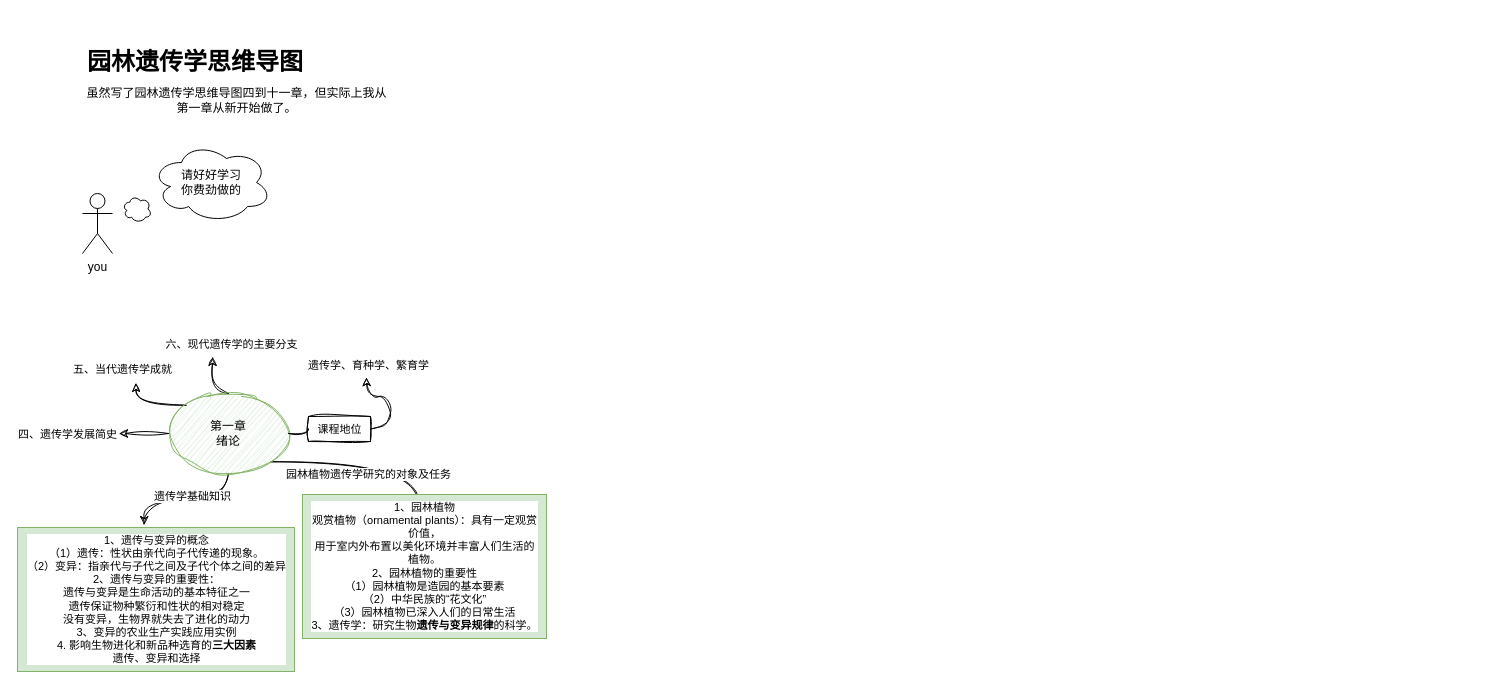
This is 园林遗传学思维导图四至十一章.drawio from Silly449/MarkDowns, a draw.io file, before an edit. Source tidied: cells renumbered, new cells numbered last; positions are measured from the earlier drawing's top-left corner, leaving out a move shared by most shapes. Both pictures are drawn from the tidied source at 100%, with x=0, y=0 at pixel (17, 38).
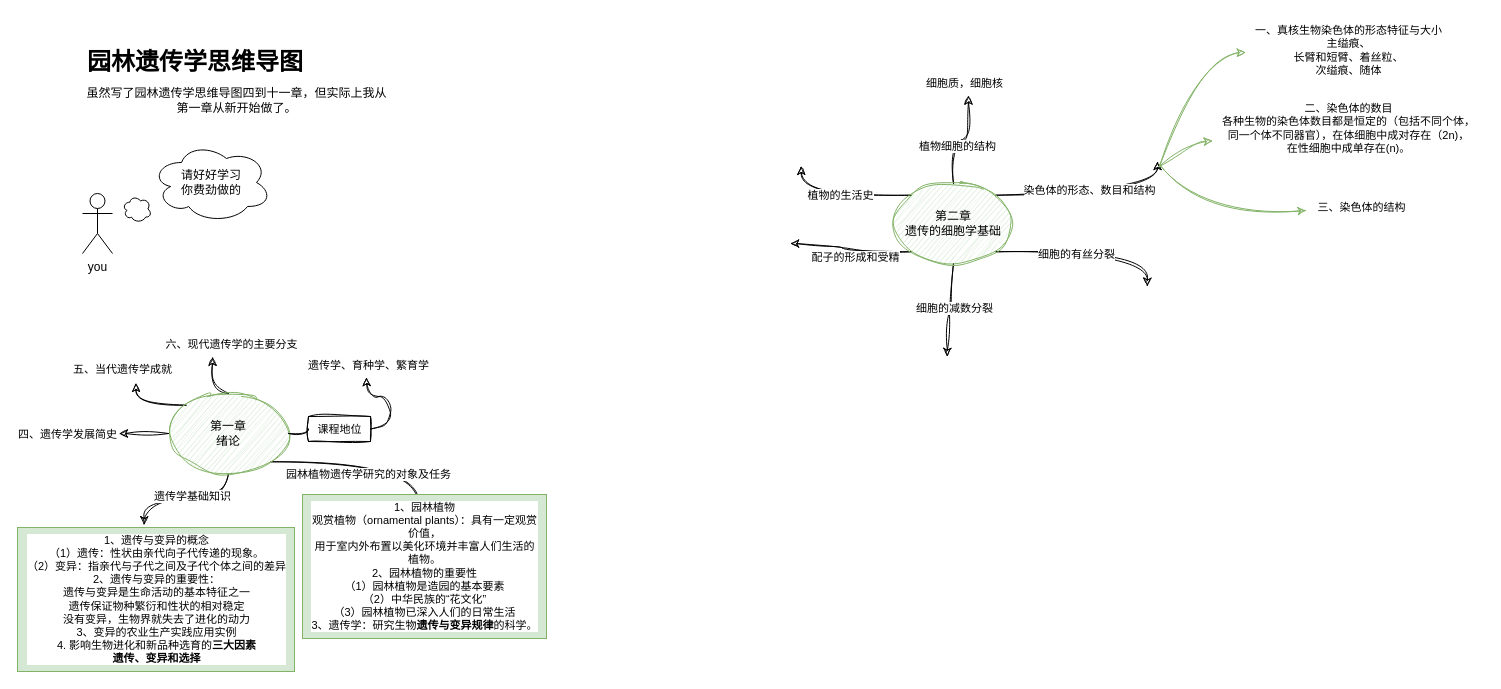
Above is the later version.

Commit message:
更新园林遗传学思维导图四至十一章.drawio

What changed in the source:
```diff
@@
-    <mxCell id="21" value="1、遗传与变异的概念&lt;div&gt;（1）遗传：性状由亲代向子代传递的现象。&lt;/div&gt;&lt;div&gt;（2）变异：指亲代与子代之间及子代个体之间的差异&lt;/div&gt;&lt;div&gt;2、遗传与变异的重要性：&lt;/div&gt;&lt;div&gt;遗传与变异是生命活动的基本特征之一&lt;br&gt;遗传保证物种繁衍和性状的相对稳定&lt;br&gt;没有变异，生物界就失去了进化的动力&lt;/div&gt;&lt;div&gt;3、变异的农业生产实践应用实例&lt;/div&gt;&lt;div&gt;4. 影响生物进化和新品种选育的&lt;b&gt;三大因素&lt;/b&gt;&lt;/div&gt;&lt;div&gt;遗传、变异和选择&lt;/div&gt;" style="text;html=1;align=center;verticalAlign=middle;strokeColor=#82b366;fillColor=#d5e8d4;fontFamily=Helvetica;fontSize=11;labelBackgroundColor=default;" parent="1" vertex="1">
+    <mxCell id="21" value="1、遗传与变异的概念&lt;div&gt;（1）遗传：性状由亲代向子代传递的现象。&lt;/div&gt;&lt;div&gt;（2）变异：指亲代与子代之间及子代个体之间的差异&lt;/div&gt;&lt;div&gt;2、遗传与变异的重要性：&lt;/div&gt;&lt;div&gt;遗传与变异是生命活动的基本特征之一&lt;br&gt;遗传保证物种繁衍和性状的相对稳定&lt;br&gt;没有变异，生物界就失去了进化的动力&lt;/div&gt;&lt;div&gt;3、变异的农业生产实践应用实例&lt;/div&gt;&lt;div&gt;4. 影响生物进化和新品种选育的&lt;b&gt;三大因素&lt;/b&gt;&lt;/div&gt;&lt;div&gt;&lt;b&gt;遗传、变异和选择&lt;/b&gt;&lt;/div&gt;" style="text;html=1;align=center;verticalAlign=middle;strokeColor=#82b366;fillColor=#d5e8d4;fontFamily=Helvetica;fontSize=11;labelBackgroundColor=default;" parent="1" vertex="1">
       <mxGeometry y="489" width="277" height="144" as="geometry" />
     </mxCell>
@@
+    <mxCell id="24" style="edgeStyle=orthogonalEdgeStyle;shape=connector;curved=1;rounded=0;sketch=1;jiggle=2;curveFitting=1;jettySize=auto;html=1;exitX=0.5;exitY=0;exitDx=0;exitDy=0;strokeColor=default;strokeWidth=1;align=center;verticalAlign=middle;fontFamily=Helvetica;fontSize=11;fontColor=default;labelBackgroundColor=default;endArrow=classic;flowAnimation=0;" parent="1" edge="1" source="36">
+      <mxGeometry relative="1" as="geometry">
+        <mxPoint x="950.9" y="57.4" as="targetPoint" />
+      </mxGeometry>
+    </mxCell>
+    <mxCell id="25" value="植物细胞的结构" style="edgeLabel;html=1;align=center;verticalAlign=middle;fontFamily=Helvetica;fontSize=11;fontColor=default;labelBackgroundColor=default;" parent="24" vertex="1">
+      <mxGeometry x="-0.27" y="-3" relative="1" as="geometry" />
+    </mxCell>
+    <mxCell id="26" style="edgeStyle=orthogonalEdgeStyle;shape=connector;curved=1;rounded=0;sketch=1;jiggle=2;curveFitting=1;jettySize=auto;html=1;exitX=1;exitY=0;exitDx=0;exitDy=0;strokeColor=default;strokeWidth=1;align=center;verticalAlign=middle;fontFamily=Helvetica;fontSize=11;fontColor=default;labelBackgroundColor=default;endArrow=classic;flowAnimation=0;" parent="1" edge="1" source="36">
+      <mxGeometry relative="1" as="geometry">
+        <mxPoint x="1140" y="123" as="targetPoint" />
+      </mxGeometry>
+    </mxCell>
+    <mxCell id="27" value="染色体的形态、数目和结构" style="edgeLabel;html=1;align=center;verticalAlign=middle;fontFamily=Helvetica;fontSize=11;fontColor=default;labelBackgroundColor=default;" parent="26" vertex="1">
+      <mxGeometry x="-0.22" relative="1" as="geometry">
+        <mxPoint x="17" y="-5" as="offset" />
+      </mxGeometry>
+    </mxCell>
+    <mxCell id="28" style="edgeStyle=orthogonalEdgeStyle;shape=connector;curved=1;rounded=0;sketch=1;jiggle=2;curveFitting=1;jettySize=auto;html=1;exitX=1;exitY=1;exitDx=0;exitDy=0;strokeColor=default;strokeWidth=1;align=center;verticalAlign=middle;fontFamily=Helvetica;fontSize=11;fontColor=default;labelBackgroundColor=default;endArrow=classic;flowAnimation=0;" parent="1" edge="1" source="36">
+      <mxGeometry relative="1" as="geometry">
+        <mxPoint x="1129.8" y="247.8" as="targetPoint" />
+      </mxGeometry>
+    </mxCell>
+    <mxCell id="29" value="细胞的有丝分裂" style="edgeLabel;html=1;align=center;verticalAlign=middle;fontFamily=Helvetica;fontSize=11;fontColor=default;labelBackgroundColor=default;" parent="28" vertex="1">
+      <mxGeometry x="-0.38" y="-1" relative="1" as="geometry">
+        <mxPoint x="22" y="1" as="offset" />
+      </mxGeometry>
+    </mxCell>
+    <mxCell id="30" style="edgeStyle=orthogonalEdgeStyle;shape=connector;curved=1;rounded=0;sketch=1;jiggle=2;curveFitting=1;jettySize=auto;html=1;exitX=0.5;exitY=1;exitDx=0;exitDy=0;strokeColor=default;strokeWidth=1;align=center;verticalAlign=middle;fontFamily=Helvetica;fontSize=11;fontColor=default;labelBackgroundColor=default;endArrow=classic;flowAnimation=0;" parent="1" edge="1" source="36">
+      <mxGeometry relative="1" as="geometry">
+        <mxPoint x="929.8" y="318.1" as="targetPoint" />
+      </mxGeometry>
+    </mxCell>
+    <mxCell id="31" value="细胞的减数分裂" style="edgeLabel;html=1;align=center;verticalAlign=middle;fontFamily=Helvetica;fontSize=11;fontColor=default;labelBackgroundColor=default;" parent="30" vertex="1">
+      <mxGeometry x="-0.11" relative="1" as="geometry" />
+    </mxCell>
+    <mxCell id="32" style="edgeStyle=orthogonalEdgeStyle;shape=connector;curved=1;rounded=0;sketch=1;jiggle=2;curveFitting=1;jettySize=auto;html=1;exitX=0;exitY=1;exitDx=0;exitDy=0;strokeColor=default;strokeWidth=1;align=center;verticalAlign=middle;fontFamily=Helvetica;fontSize=11;fontColor=default;labelBackgroundColor=default;endArrow=classic;flowAnimation=0;" parent="1" edge="1" source="36">
+      <mxGeometry relative="1" as="geometry">
+        <mxPoint x="773" y="205" as="targetPoint" />
+      </mxGeometry>
+    </mxCell>
+    <mxCell id="33" value="配子的形成和受精" style="edgeLabel;html=1;align=center;verticalAlign=middle;fontFamily=Helvetica;fontSize=11;fontColor=default;labelBackgroundColor=default;" parent="32" vertex="1">
+      <mxGeometry x="-0.02" y="-2" relative="1" as="geometry">
+        <mxPoint x="7" y="7" as="offset" />
+      </mxGeometry>
+    </mxCell>
+    <mxCell id="34" style="edgeStyle=orthogonalEdgeStyle;shape=connector;curved=1;rounded=0;sketch=1;jiggle=2;curveFitting=1;jettySize=auto;html=1;exitX=0;exitY=0;exitDx=0;exitDy=0;strokeColor=default;strokeWidth=1;align=center;verticalAlign=middle;fontFamily=Helvetica;fontSize=11;fontColor=default;labelBackgroundColor=default;endArrow=classic;flowAnimation=0;" parent="1" edge="1" source="36">
+      <mxGeometry relative="1" as="geometry">
+        <mxPoint x="783.6" y="127.8" as="targetPoint" />
+      </mxGeometry>
+    </mxCell>
+    <mxCell id="35" value="植物的生活史" style="edgeLabel;html=1;align=center;verticalAlign=middle;fontFamily=Helvetica;fontSize=11;fontColor=default;labelBackgroundColor=default;" parent="34" vertex="1">
+      <mxGeometry x="0.03" relative="1" as="geometry" />
+    </mxCell>
+    <mxCell id="36" value="第二章&lt;div&gt;遗传的细胞学基础&lt;/div&gt;" style="ellipse;whiteSpace=wrap;html=1;sketch=1;curveFitting=1;jiggle=2;fillColor=#d5e8d4;strokeColor=#82b366;" parent="1" vertex="1">
+      <mxGeometry x="876" y="145" width="120" height="80" as="geometry" />
+    </mxCell>
+    <mxCell id="37" value="细胞质，细胞核" style="text;html=1;align=center;verticalAlign=middle;strokeColor=none;fillColor=none;fontFamily=Helvetica;fontSize=11;fontColor=default;labelBackgroundColor=default;" parent="1" vertex="1">
+      <mxGeometry x="899" y="32" width="95" height="25" as="geometry" />
+    </mxCell>
+    <mxCell id="38" value="一、真核生物染色体的形态特征与大小&lt;div&gt;主缢痕、&lt;br&gt;长臂和短臂、着丝粒、&lt;br&gt;次缢痕、随体&lt;/div&gt;" style="text;html=1;align=center;verticalAlign=middle;points=[];strokeColor=none;fillColor=none;fontFamily=Helvetica;fontSize=11;fontColor=default;labelBackgroundColor=default;" parent="1" vertex="1">
+      <mxGeometry x="1228" y="-21" width="205" height="65" as="geometry" />
+    </mxCell>
+    <mxCell id="39" value="二、染色体的数目&lt;div&gt;各种生物的染色体数目都是恒定的（包括不同个体，&lt;br/&gt;同一个体不同器官），在体细胞中成对存在（2n)，&lt;br/&gt;在性细胞中成单存在(n)。&lt;/div&gt;" style="text;html=1;align=center;verticalAlign=middle;points=[];strokeColor=none;fillColor=none;fontFamily=Helvetica;fontSize=11;fontColor=default;labelBackgroundColor=default;" parent="1" vertex="1">
+      <mxGeometry x="1195" y="57" width="271" height="65" as="geometry" />
+    </mxCell>
+    <mxCell id="40" value="三、染色体的结构&lt;div&gt;&lt;br/&gt;&lt;/div&gt;" style="text;html=1;align=center;verticalAlign=middle;points=[];strokeColor=none;fillColor=none;fontFamily=Helvetica;fontSize=11;fontColor=default;labelBackgroundColor=default;" parent="1" vertex="1">
+      <mxGeometry x="1291" y="157" width="106" height="38" as="geometry" />
+    </mxCell>
+    <mxCell id="41" style="edgeStyle=none;jettySize=auto;html=1;rounded=0;sketch=1;jiggle=2;curveFitting=1;strokeColor=#82b366;strokeWidth=1;align=center;verticalAlign=middle;fontFamily=Helvetica;fontSize=11;fontColor=default;labelBackgroundColor=default;endArrow=classic;flowAnimation=0;curved=1;fillColor=#d5e8d4;" parent="1" edge="1" target="38">
+      <mxGeometry relative="1" as="geometry">
+        <mxPoint x="1142" y="128" as="sourcePoint" />
+        <Array as="points">
+          <mxPoint x="1181" y="15" />
+        </Array>
+      </mxGeometry>
+    </mxCell>
+    <mxCell id="42" style="edgeStyle=none;jettySize=auto;html=1;rounded=0;sketch=1;jiggle=2;curveFitting=1;strokeColor=#82b366;strokeWidth=1;align=center;verticalAlign=middle;fontFamily=Helvetica;fontSize=11;fontColor=default;labelBackgroundColor=default;endArrow=classic;flowAnimation=0;curved=1;fillColor=#d5e8d4;" parent="1" edge="1" target="39">
+      <mxGeometry relative="1" as="geometry">
+        <mxPoint x="1142" y="128" as="sourcePoint" />
+        <Array as="points">
+          <mxPoint x="1178" y="104" />
+        </Array>
+      </mxGeometry>
+    </mxCell>
+    <mxCell id="43" style="edgeStyle=none;jettySize=auto;html=1;rounded=0;sketch=1;jiggle=2;curveFitting=1;strokeColor=#82b366;strokeWidth=1;align=center;verticalAlign=middle;fontFamily=Helvetica;fontSize=11;fontColor=default;labelBackgroundColor=default;endArrow=classic;flowAnimation=0;curved=1;entryX=-0.02;entryY=0.393;entryDx=0;entryDy=0;entryPerimeter=0;fillColor=#d5e8d4;" parent="1" edge="1" target="40">
+      <mxGeometry relative="1" as="geometry">
+        <mxPoint x="1142" y="126" as="sourcePoint" />
+        <Array as="points">
+          <mxPoint x="1185" y="181" />
+        </Array>
+      </mxGeometry>
+    </mxCell>
```
